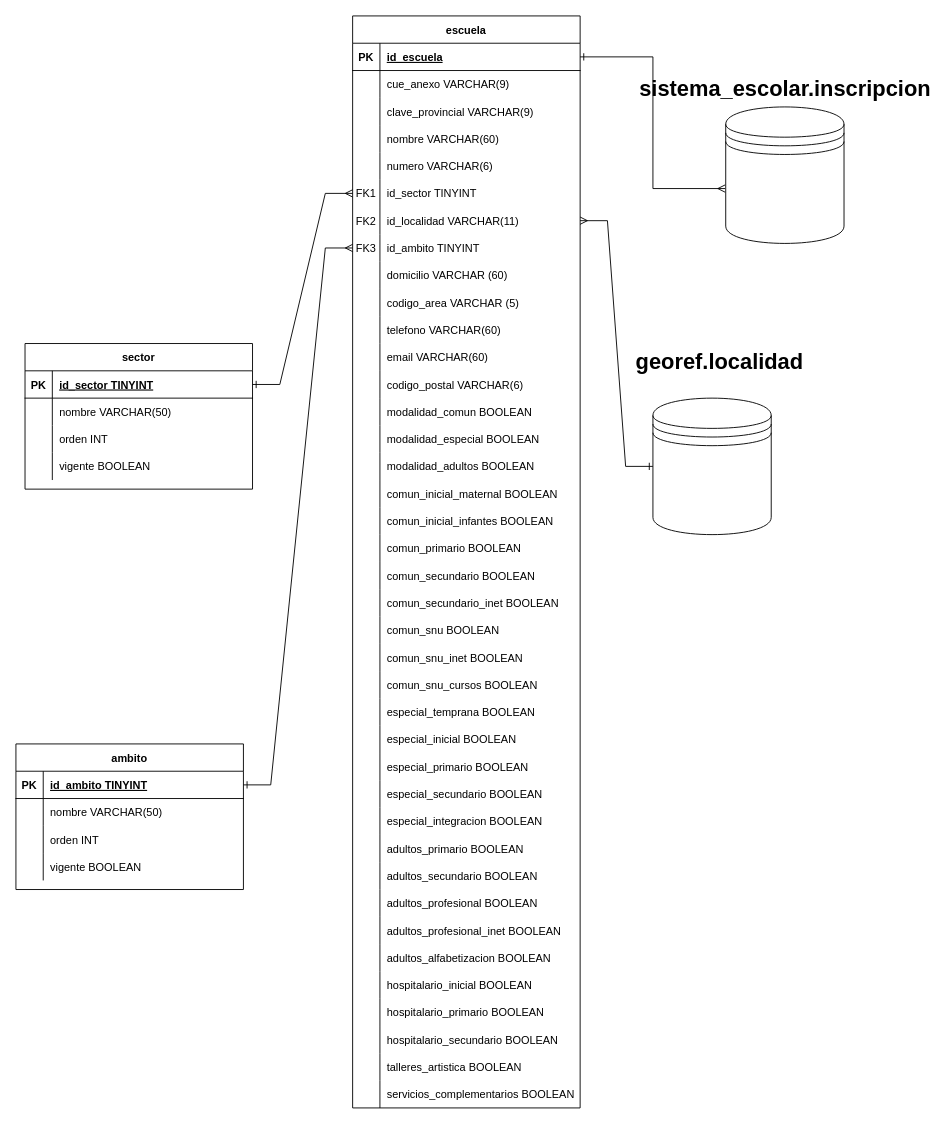
Alexmdq80/SistemaGestionEscolar keeps this draw.io diagram as establecimientos_educativos.drawio. Above is the earlier version. Source tidied: cells renumbered, new cells numbered last; positions are measured from the earlier drawing's top-left corner, leaving out a move shared by most shapes. Both pictures are drawn from the tidied source at 91%, with x=0, y=0 at pixel (15, 15).
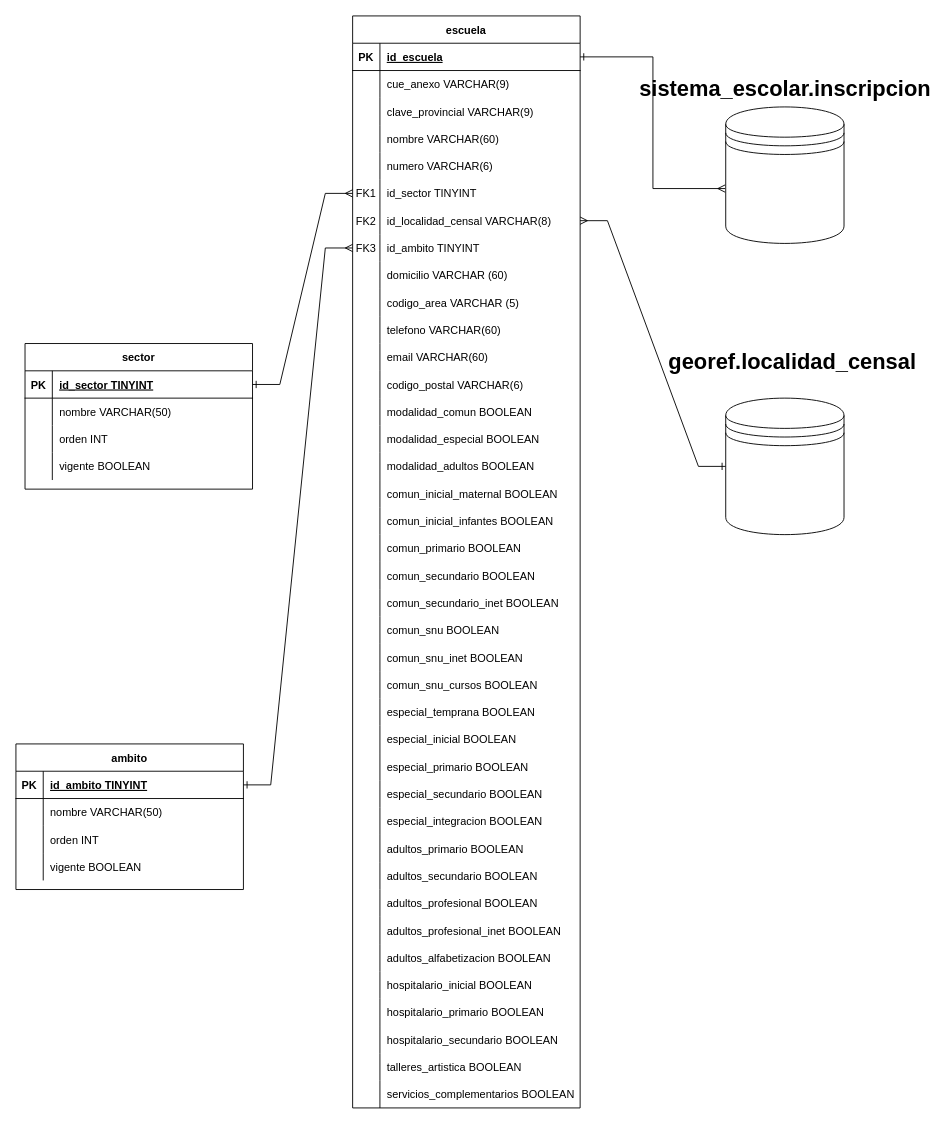
After the change.

The change refers to these unchanged cells:
```xml
<mxCell id="55" style="shape=partialRectangle;fillColor=none;points=[[0,0.5],[1,0.5]];portConstraint=eastwest;top=0;left=0;right=0;bottom=0;" parent="36" vertex="1">
  <mxGeometry y="210" width="250" height="30" as="geometry" />
</mxCell>
```

The edit, as a diff of the source:
```diff
@@
-    <mxCell id="15" style="edgeStyle=entityRelationEdgeStyle;rounded=0;jettySize=auto;html=1;exitX=1;exitY=0.5;exitDx=0;exitDy=0;entryX=0;entryY=0.5;entryDx=0;entryDy=0;startArrow=ERmany;startFill=0;endArrow=ERone;endFill=0;" parent="1" edge="1" source="55">
+    <mxCell id="15" style="edgeStyle=entityRelationEdgeStyle;rounded=0;jettySize=auto;html=1;exitX=1;exitY=0.5;exitDx=0;exitDy=0;startArrow=ERmany;startFill=0;endArrow=ERone;endFill=0;" parent="1" edge="1" source="55" target="31">
       <mxGeometry relative="1" as="geometry">
-        <mxPoint x="700" y="495" as="targetPoint" />
         <Array as="points">
           <mxPoint x="1110" y="560" />
           <mxPoint x="1480" y="550" />
         </Array>
       </mxGeometry>
     </mxCell>
@@
     <mxCell id="31" style="shape=datastore;whiteSpace=wrap;html=1;" parent="1" vertex="1">
-      <mxGeometry x="700" y="420" width="130" height="150" as="geometry" />
+      <mxGeometry x="780" y="420" width="130" height="150" as="geometry" />
     </mxCell>
-    <mxCell id="32" value="georef.localidad" style="text;strokeColor=none;fillColor=none;html=1;fontSize=24;fontStyle=1;verticalAlign=middle;align=center;" parent="1" vertex="1">
-      <mxGeometry x="640" y="360" width="265" height="40" as="geometry" />
+    <mxCell id="32" value="georef.localidad_censal" style="text;strokeColor=none;fillColor=none;html=1;fontSize=24;fontStyle=1;verticalAlign=middle;align=center;" parent="1" vertex="1">
+      <mxGeometry x="720" y="360" width="265" height="40" as="geometry" />
     </mxCell>
@@
-    <mxCell id="57" value="id_localidad VARCHAR(11)" style="shape=partialRectangle;overflow=hidden;fillColor=none;top=0;left=0;bottom=0;right=0;align=left;spacingLeft=6;" parent="55" vertex="1">
+    <mxCell id="57" value="id_localidad_censal VARCHAR(8)" style="shape=partialRectangle;overflow=hidden;fillColor=none;top=0;left=0;bottom=0;right=0;align=left;spacingLeft=6;" parent="55" vertex="1">
       <mxGeometry x="30" width="220" height="30" as="geometry" />
     </mxCell>
```
